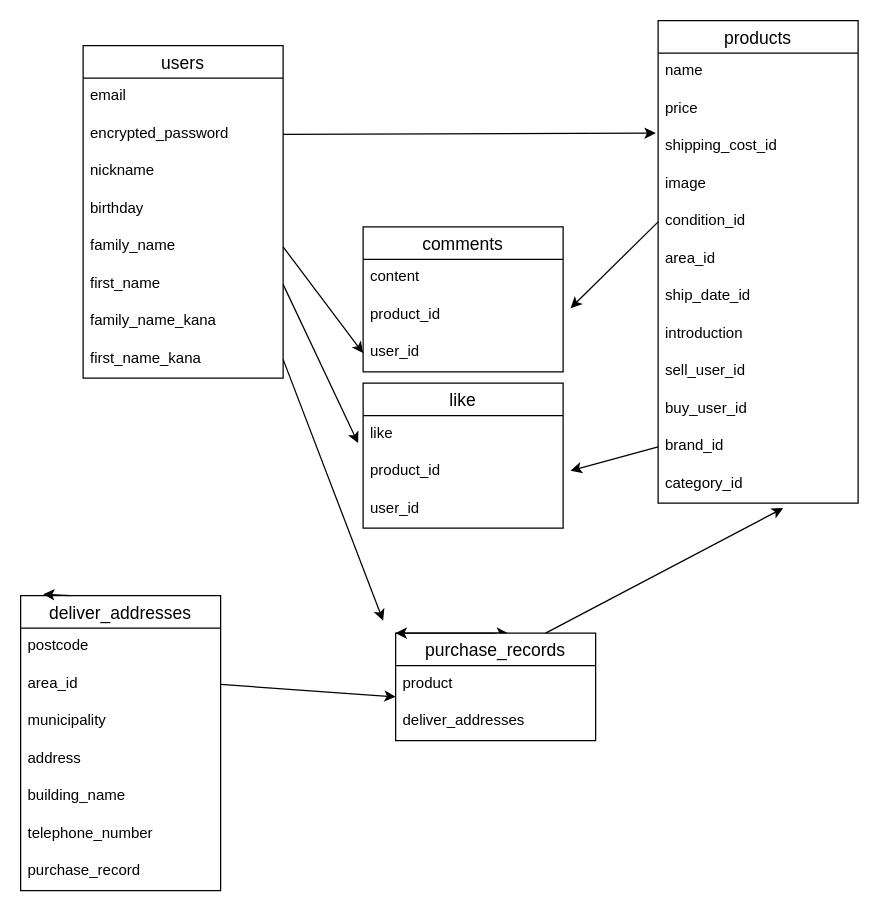
ayukoxxx/furima-38821 keeps this draw.io diagram as db.dio. Above is the earlier version. Source tidied: cells renumbered, new cells numbered last; positions are measured from the earlier drawing's top-left corner, leaving out a move shared by most shapes. Both pictures are drawn from the tidied source at 125%, with x=0, y=0 at pixel (20, 20).
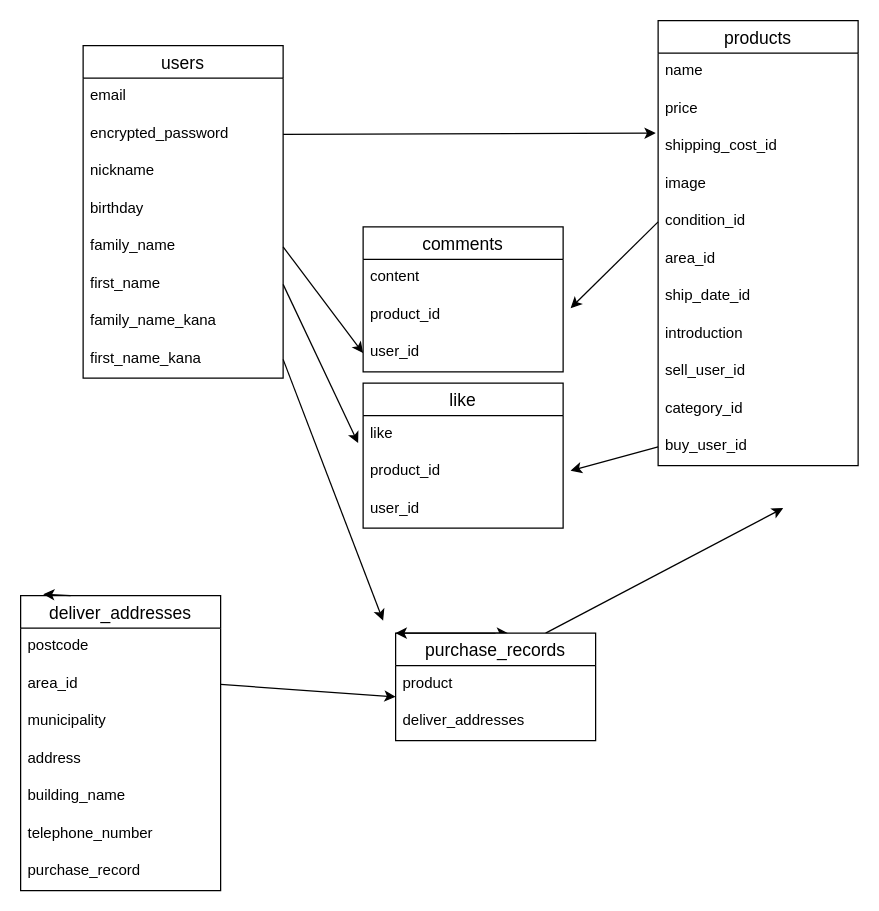
The same diagram, later.

Change to the diagram source:
```diff
@@
     <mxCell id="15" value="products" style="swimlane;fontStyle=0;horizontal=1;startSize=26;align=center;fontSize=14;" parent="1" vertex="1">
-      <mxGeometry x="510" width="160" height="386" as="geometry" />
+      <mxGeometry x="510" width="160" height="356" as="geometry" />
     </mxCell>
@@
+    <mxCell id="27" value="category_id" style="text;strokeColor=none;fillColor=none;spacingLeft=4;spacingRight=4;overflow=hidden;fontSize=12;" parent="15" vertex="1">
+      <mxGeometry y="296" width="160" height="30" as="geometry" />
+    </mxCell>
     <mxCell id="25" value="buy_user_id" style="text;strokeColor=none;fillColor=none;spacingLeft=4;spacingRight=4;overflow=hidden;fontSize=12;" parent="15" vertex="1">
-      <mxGeometry y="296" width="160" height="30" as="geometry" />
+      <mxGeometry y="326" width="160" height="30" as="geometry" />
     </mxCell>
-    <mxCell id="26" value="brand_id" style="text;strokeColor=none;fillColor=none;spacingLeft=4;spacingRight=4;overflow=hidden;points=[[0,0.5],[1,0.5]];portConstraint=eastwest;fontSize=12;" parent="15" vertex="1">
-      <mxGeometry y="326" width="160" height="30" as="geometry" />
-    </mxCell>
-    <mxCell id="27" value="category_id" style="text;strokeColor=none;fillColor=none;spacingLeft=4;spacingRight=4;overflow=hidden;fontSize=12;" parent="15" vertex="1">
-      <mxGeometry y="356" width="160" height="30" as="geometry" />
-    </mxCell>
@@
-    <mxCell id="48" style="edgeStyle=none;html=1;exitX=0;exitY=0.5;exitDx=0;exitDy=0;" parent="1" edge="1" source="26">
+    <mxCell id="48" style="edgeStyle=none;html=1;exitX=0;exitY=0.5;exitDx=0;exitDy=0;" parent="1" edge="1">
       <mxGeometry relative="1" as="geometry">
+        <mxPoint x="510" y="341" as="sourcePoint" />
         <mxPoint x="440" y="360" as="targetPoint" />
       </mxGeometry>
     </mxCell>
```
